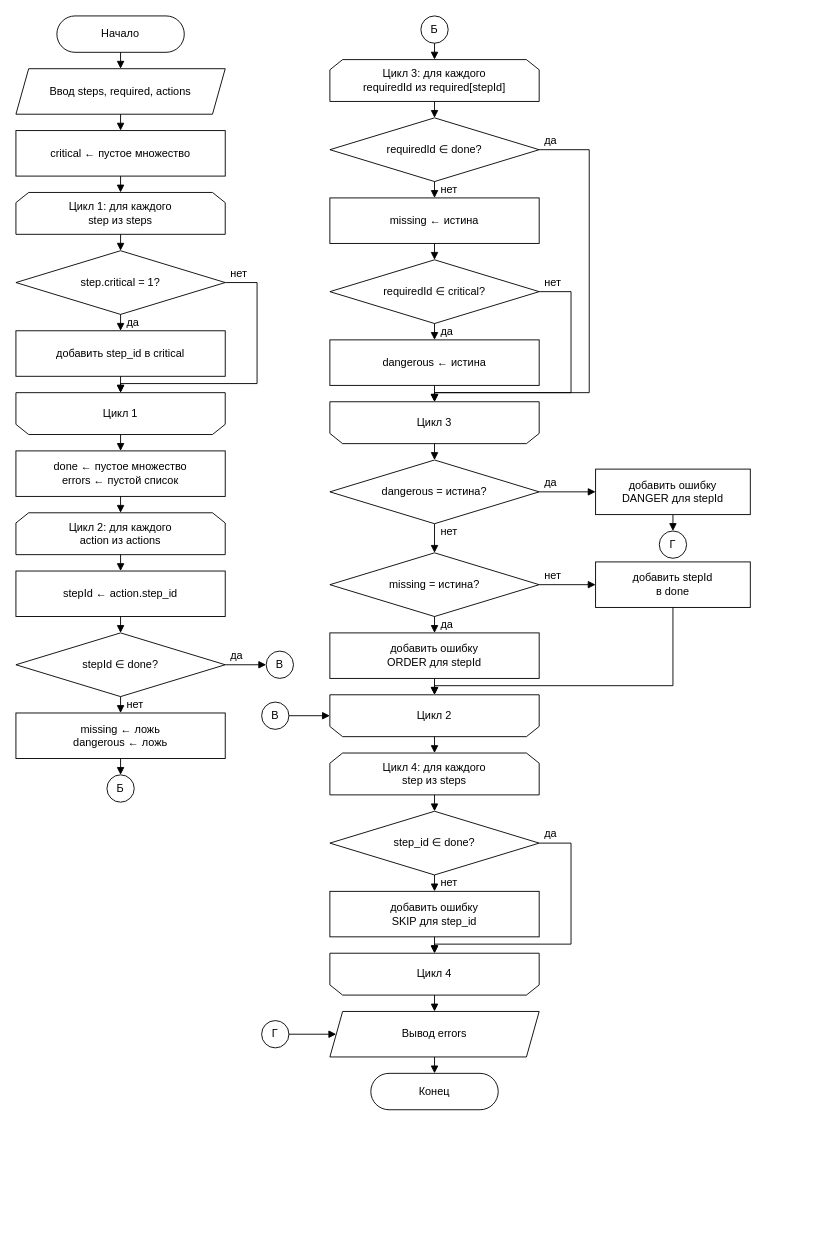
This is models/algo_2.drawio from kotel24/ar-trainer, a draw.io file, before an edit. Source tidied: cells renumbered, new cells numbered last; positions are measured from the earlier drawing's top-left corner, leaving out a move shared by most shapes. Both pictures are drawn from the tidied source at 91%, with x=0, y=0 at pixel (15, 15).
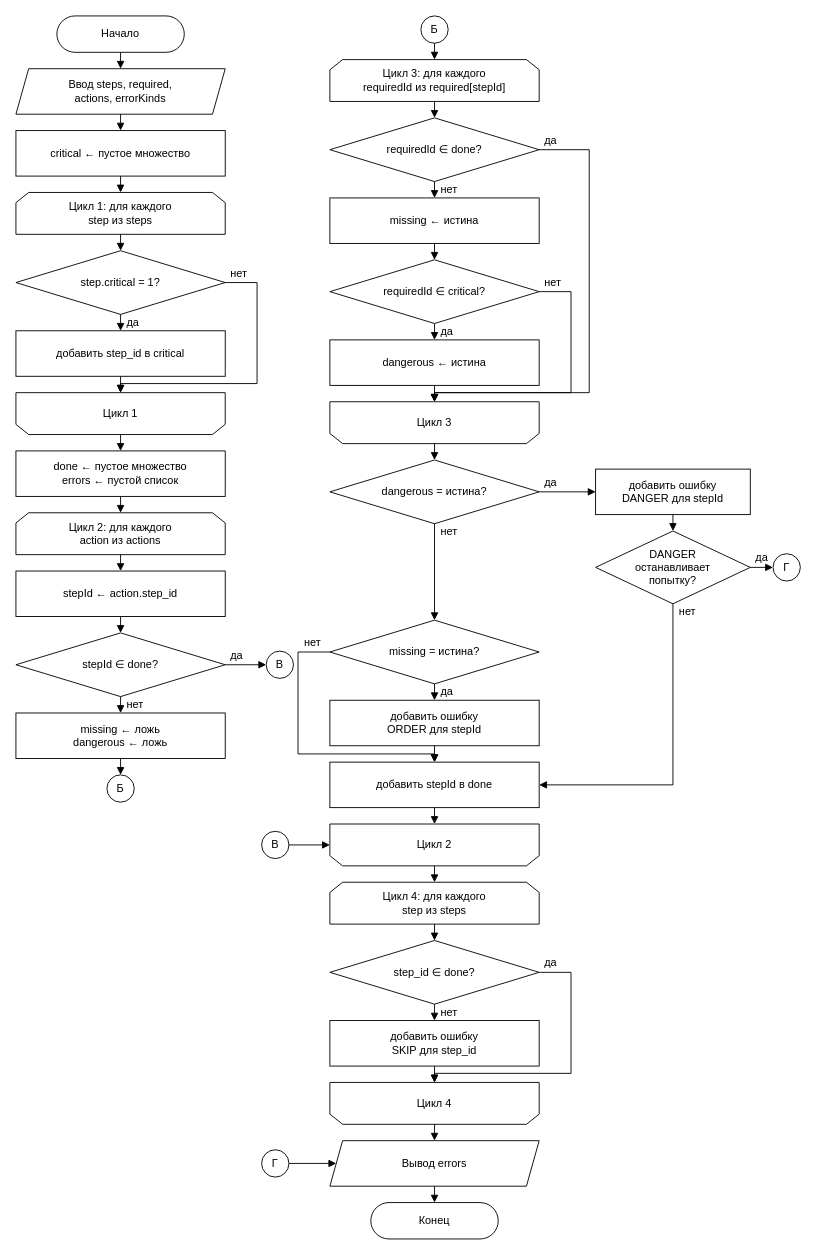
The same diagram, later.

Unchanged cells that the change refers to:
```xml
<mxCell id="23" value="dangerous = истина?" style="rhombus;whiteSpace=wrap;html=1;fillColor=#ffffff;strokeColor=#000000;fontColor=#000000;fontSize=12;fontFamily=Helvetica;" parent="1" vertex="1">
  <mxGeometry x="345" y="488" width="230" height="70" as="geometry" />
</mxCell>
<mxCell id="24" value="добавить ошибку&lt;br&gt;DANGER для stepId" style="rounded=0;whiteSpace=wrap;html=1;fillColor=#ffffff;strokeColor=#000000;fontColor=#000000;fontSize=12;fontFamily=Helvetica;" parent="1" vertex="1">
  <mxGeometry x="637" y="498" width="170" height="50" as="geometry" />
</mxCell>
```

What changed in the source:
```diff
@@
-    <mxCell id="3" value="Ввод steps, required, actions" style="shape=parallelogram;perimeter=parallelogramPerimeter;fixedSize=1;size=14;whiteSpace=wrap;html=1;fillColor=#ffffff;strokeColor=#000000;fontColor=#000000;fontSize=12;fontFamily=Helvetica;" parent="1" vertex="1">
+    <mxCell id="3" value="Ввод steps, required,&lt;br&gt;actions, errorKinds" style="shape=parallelogram;perimeter=parallelogramPerimeter;fixedSize=1;size=14;whiteSpace=wrap;html=1;fillColor=#ffffff;strokeColor=#000000;fontColor=#000000;fontSize=12;fontFamily=Helvetica;" parent="1" vertex="1">
       <mxGeometry y="58" width="230" height="50" as="geometry" />
     </mxCell>
@@
+    <mxCell id="91" value="DANGER&lt;br&gt;останавливает&lt;br&gt;попытку?" style="rhombus;whiteSpace=wrap;html=1;fillColor=#ffffff;strokeColor=#000000;fontColor=#000000;fontSize=12;fontFamily=Helvetica;" parent="1" vertex="1">
+      <mxGeometry x="637" y="566" width="170" height="80" as="geometry" />
+    </mxCell>
     <mxCell id="25" value="Г" style="ellipse;whiteSpace=wrap;html=1;fillColor=#ffffff;strokeColor=#000000;fontColor=#000000;fontSize=12;fontFamily=Helvetica;" parent="1" vertex="1">
-      <mxGeometry x="707" y="566" width="30" height="30" as="geometry" />
+      <mxGeometry x="832" y="591" width="30" height="30" as="geometry" />
     </mxCell>
     <mxCell id="26" value="missing = истина?" style="rhombus;whiteSpace=wrap;html=1;fillColor=#ffffff;strokeColor=#000000;fontColor=#000000;fontSize=12;fontFamily=Helvetica;" parent="1" vertex="1">
-      <mxGeometry x="345" y="590" width="230" height="70" as="geometry" />
+      <mxGeometry x="345" y="664" width="230" height="70" as="geometry" />
     </mxCell>
     <mxCell id="27" value="добавить ошибку&lt;br&gt;ORDER для stepId" style="rounded=0;whiteSpace=wrap;html=1;fillColor=#ffffff;strokeColor=#000000;fontColor=#000000;fontSize=12;fontFamily=Helvetica;" parent="1" vertex="1">
-      <mxGeometry x="345" y="678" width="230" height="50" as="geometry" />
+      <mxGeometry x="345" y="752" width="230" height="50" as="geometry" />
     </mxCell>
+    <mxCell id="35" value="добавить stepId в done" style="rounded=0;whiteSpace=wrap;html=1;fillColor=#ffffff;strokeColor=#000000;fontColor=#000000;fontSize=12;fontFamily=Helvetica;" parent="1" vertex="1">
+      <mxGeometry x="345" y="820" width="230" height="50" as="geometry" />
+    </mxCell>
     <mxCell id="28" value="Цикл 2" style="shape=loopLimit;size=14;flipV=1;whiteSpace=wrap;html=1;fillColor=#ffffff;strokeColor=#000000;fontColor=#000000;fontSize=12;fontFamily=Helvetica;" parent="1" vertex="1">
-      <mxGeometry x="345" y="746" width="230" height="46" as="geometry" />
+      <mxGeometry x="345" y="888" width="230" height="46" as="geometry" />
     </mxCell>
     <mxCell id="29" value="Цикл 4: для каждого&lt;br&gt;step из steps" style="shape=loopLimit;size=14;whiteSpace=wrap;html=1;fillColor=#ffffff;strokeColor=#000000;fontColor=#000000;fontSize=12;fontFamily=Helvetica;" parent="1" vertex="1">
-      <mxGeometry x="345" y="810" width="230" height="46" as="geometry" />
+      <mxGeometry x="345" y="952" width="230" height="46" as="geometry" />
     </mxCell>
     <mxCell id="30" value="step_id ∈ done?" style="rhombus;whiteSpace=wrap;html=1;fillColor=#ffffff;strokeColor=#000000;fontColor=#000000;fontSize=12;fontFamily=Helvetica;" parent="1" vertex="1">
-      <mxGeometry x="345" y="874" width="230" height="70" as="geometry" />
+      <mxGeometry x="345" y="1016" width="230" height="70" as="geometry" />
     </mxCell>
     <mxCell id="31" value="добавить ошибку&lt;br&gt;SKIP для step_id" style="rounded=0;whiteSpace=wrap;html=1;fillColor=#ffffff;strokeColor=#000000;fontColor=#000000;fontSize=12;fontFamily=Helvetica;" parent="1" vertex="1">
-      <mxGeometry x="345" y="962" width="230" height="50" as="geometry" />
+      <mxGeometry x="345" y="1104" width="230" height="50" as="geometry" />
     </mxCell>
     <mxCell id="32" value="Цикл 4" style="shape=loopLimit;size=14;flipV=1;whiteSpace=wrap;html=1;fillColor=#ffffff;strokeColor=#000000;fontColor=#000000;fontSize=12;fontFamily=Helvetica;" parent="1" vertex="1">
-      <mxGeometry x="345" y="1030" width="230" height="46" as="geometry" />
+      <mxGeometry x="345" y="1172" width="230" height="46" as="geometry" />
     </mxCell>
     <mxCell id="33" value="Вывод errors" style="shape=parallelogram;perimeter=parallelogramPerimeter;fixedSize=1;size=14;whiteSpace=wrap;html=1;fillColor=#ffffff;strokeColor=#000000;fontColor=#000000;fontSize=12;fontFamily=Helvetica;" parent="1" vertex="1">
-      <mxGeometry x="345" y="1094" width="230" height="50" as="geometry" />
+      <mxGeometry x="345" y="1236" width="230" height="50" as="geometry" />
     </mxCell>
     <mxCell id="34" value="Конец" style="rounded=1;arcSize=50;whiteSpace=wrap;html=1;fillColor=#ffffff;strokeColor=#000000;fontColor=#000000;fontSize=12;fontFamily=Helvetica;" parent="1" vertex="1">
-      <mxGeometry x="390" y="1162" width="140" height="40" as="geometry" />
+      <mxGeometry x="390" y="1304" width="140" height="40" as="geometry" />
     </mxCell>
-    <mxCell id="35" value="добавить stepId&lt;br&gt;в done" style="rounded=0;whiteSpace=wrap;html=1;fillColor=#ffffff;strokeColor=#000000;fontColor=#000000;fontSize=12;fontFamily=Helvetica;" parent="1" vertex="1">
-      <mxGeometry x="637" y="600" width="170" height="50" as="geometry" />
-    </mxCell>
     <mxCell id="36" value="В" style="ellipse;whiteSpace=wrap;html=1;fillColor=#ffffff;strokeColor=#000000;fontColor=#000000;fontSize=12;fontFamily=Helvetica;" parent="1" vertex="1">
-      <mxGeometry x="270" y="754" width="30" height="30" as="geometry" />
+      <mxGeometry x="270" y="896" width="30" height="30" as="geometry" />
     </mxCell>
     <mxCell id="37" value="Г" style="ellipse;whiteSpace=wrap;html=1;fillColor=#ffffff;strokeColor=#000000;fontColor=#000000;fontSize=12;fontFamily=Helvetica;" parent="1" vertex="1">
-      <mxGeometry x="270" y="1104" width="30" height="30" as="geometry" />
+      <mxGeometry x="270" y="1246" width="30" height="30" as="geometry" />
     </mxCell>
@@
-    <mxCell id="71" style="edgeStyle=none;html=1;rounded=0;strokeColor=#000000;endArrow=block;endFill=1;endSize=6;exitX=0.5000;exitY=1.0000;exitDx=0;exitDy=0;entryX=0.5000;entryY=0.0000;entryDx=0;entryDy=0;exitPerimeter=0;entryPerimeter=0;" parent="1" edge="1" source="24" target="25">
+    <mxCell id="71" style="edgeStyle=none;html=1;rounded=0;strokeColor=#000000;endArrow=block;endFill=1;endSize=6;exitX=0.5000;exitY=1.0000;exitDx=0;exitDy=0;entryX=0.5000;entryY=0.0000;entryDx=0;entryDy=0;exitPerimeter=0;entryPerimeter=0;" parent="1" edge="1" source="24" target="91">
       <mxGeometry relative="1" as="geometry" />
     </mxCell>
-    <mxCell id="72" style="edgeStyle=none;html=1;rounded=0;strokeColor=#000000;endArrow=block;endFill=1;endSize=6;exitX=0.5000;exitY=1.0000;exitDx=0;exitDy=0;entryX=0.5000;entryY=0.0000;entryDx=0;entryDy=0;exitPerimeter=0;entryPerimeter=0;" parent="1" edge="1" source="23" target="26">
+    <mxCell id="72" style="edgeStyle=none;html=1;rounded=0;strokeColor=#000000;endArrow=block;endFill=1;endSize=6;exitX=1.0000;exitY=0.5000;exitDx=0;exitDy=0;entryX=0.0000;entryY=0.5000;entryDx=0;entryDy=0;exitPerimeter=0;entryPerimeter=0;" parent="1" edge="1" source="91" target="25">
       <mxGeometry relative="1" as="geometry" />
     </mxCell>
-    <mxCell id="73" value="нет" style="text;html=1;align=left;verticalAlign=middle;fontSize=12;fontColor=#000000;" parent="1" vertex="1">
-      <mxGeometry x="465" y="558" width="40" height="18" as="geometry" />
+    <mxCell id="73" value="да" style="text;html=1;align=left;verticalAlign=middle;fontSize=12;fontColor=#000000;" parent="1" vertex="1">
+      <mxGeometry x="811" y="587" width="40" height="18" as="geometry" />
     </mxCell>
-    <mxCell id="74" style="edgeStyle=none;html=1;rounded=0;strokeColor=#000000;endArrow=block;endFill=1;endSize=6;exitX=0.5000;exitY=1.0000;exitDx=0;exitDy=0;entryX=0.5000;entryY=0.0000;entryDx=0;entryDy=0;exitPerimeter=0;entryPerimeter=0;" parent="1" edge="1" source="26" target="27">
+    <mxCell id="74" style="edgeStyle=none;html=1;rounded=0;strokeColor=#000000;endArrow=block;endFill=1;endSize=6;exitX=0.5000;exitY=1.0000;exitDx=0;exitDy=0;entryX=0.5000;entryY=0.0000;entryDx=0;entryDy=0;exitPerimeter=0;entryPerimeter=0;" parent="1" edge="1" source="23" target="26">
       <mxGeometry relative="1" as="geometry" />
     </mxCell>
-    <mxCell id="75" value="да" style="text;html=1;align=left;verticalAlign=middle;fontSize=12;fontColor=#000000;" parent="1" vertex="1">
-      <mxGeometry x="465" y="660" width="40" height="18" as="geometry" />
+    <mxCell id="75" value="нет" style="text;html=1;align=left;verticalAlign=middle;fontSize=12;fontColor=#000000;" parent="1" vertex="1">
+      <mxGeometry x="465" y="558" width="40" height="18" as="geometry" />
     </mxCell>
-    <mxCell id="76" style="edgeStyle=none;html=1;rounded=0;strokeColor=#000000;endArrow=block;endFill=1;endSize=6;exitX=0.5000;exitY=1.0000;exitDx=0;exitDy=0;entryX=0.5000;entryY=1.0000;entryDx=0;entryDy=0;exitPerimeter=0;entryPerimeter=0;" parent="1" edge="1" source="27" target="28">
+    <mxCell id="76" style="edgeStyle=none;html=1;rounded=0;strokeColor=#000000;endArrow=block;endFill=1;endSize=6;exitX=0.5000;exitY=1.0000;exitDx=0;exitDy=0;entryX=0.5000;entryY=0.0000;entryDx=0;entryDy=0;exitPerimeter=0;entryPerimeter=0;" parent="1" edge="1" source="26" target="27">
       <mxGeometry relative="1" as="geometry" />
     </mxCell>
-    <mxCell id="77" style="edgeStyle=none;html=1;rounded=0;strokeColor=#000000;endArrow=block;endFill=1;endSize=6;exitX=1.0000;exitY=0.5000;exitDx=0;exitDy=0;entryX=0.0000;entryY=0.5000;entryDx=0;entryDy=0;exitPerimeter=0;entryPerimeter=0;" parent="1" edge="1" source="26" target="35">
-      <mxGeometry relative="1" as="geometry" />
-    </mxCell>
-    <mxCell id="78" value="нет" style="text;html=1;align=left;verticalAlign=middle;fontSize=12;fontColor=#000000;" parent="1" vertex="1">
-      <mxGeometry x="579" y="606" width="40" height="18" as="geometry" />
-    </mxCell>
+    <mxCell id="92" value="да" style="text;html=1;align=left;verticalAlign=middle;fontSize=12;fontColor=#000000;" parent="1" vertex="1">
+      <mxGeometry x="465" y="734" width="40" height="18" as="geometry" />
+    </mxCell>
+    <mxCell id="93" style="edgeStyle=none;html=1;rounded=0;strokeColor=#000000;endArrow=block;endFill=1;endSize=6;exitX=0.5000;exitY=1.0000;exitDx=0;exitDy=0;entryX=0.5000;entryY=0.0000;entryDx=0;entryDy=0;exitPerimeter=0;entryPerimeter=0;" parent="1" edge="1" source="27" target="35">
+      <mxGeometry relative="1" as="geometry" />
+    </mxCell>
     <mxCell id="79" style="edgeStyle=none;html=1;rounded=0;strokeColor=#000000;endArrow=block;endFill=1;endSize=6;exitX=0.5000;exitY=1.0000;exitDx=0;exitDy=0;entryX=0.5000;entryY=1.0000;entryDx=0;entryDy=0;exitPerimeter=0;entryPerimeter=0;" parent="1" edge="1" source="35" target="28">
-      <mxGeometry relative="1" as="geometry">
-        <Array as="points">
-          <mxPoint x="722" y="736" />
-          <mxPoint x="460" y="736" />
-        </Array>
-      </mxGeometry>
+      <mxGeometry relative="1" as="geometry" />
     </mxCell>
-    <mxCell id="80" style="edgeStyle=none;html=1;rounded=0;strokeColor=#000000;endArrow=block;endFill=1;endSize=6;exitX=1.0000;exitY=0.5000;exitDx=0;exitDy=0;entryX=0.0000;entryY=0.5000;entryDx=0;entryDy=0;exitPerimeter=0;entryPerimeter=0;" parent="1" edge="1" source="36" target="28">
-      <mxGeometry relative="1" as="geometry" />
+    <mxCell id="80" style="edgeStyle=none;html=1;rounded=0;strokeColor=#000000;endArrow=block;endFill=1;endSize=6;exitX=0.0000;exitY=0.5000;exitDx=0;exitDy=0;entryX=0.5000;entryY=0.0000;entryDx=0;entryDy=0;exitPerimeter=0;entryPerimeter=0;" parent="1" edge="1" source="26" target="35">
+      <mxGeometry relative="1" as="geometry">
+        <Array as="points">
+          <mxPoint x="310" y="699" />
+          <mxPoint x="310" y="811" />
+          <mxPoint x="460" y="811" />
+        </Array>
+      </mxGeometry>
     </mxCell>
-    <mxCell id="81" style="edgeStyle=none;html=1;rounded=0;strokeColor=#000000;endArrow=block;endFill=1;endSize=6;exitX=0.5000;exitY=0.0000;exitDx=0;exitDy=0;entryX=0.5000;entryY=0.0000;entryDx=0;entryDy=0;exitPerimeter=0;entryPerimeter=0;" parent="1" edge="1" source="28" target="29">
-      <mxGeometry relative="1" as="geometry" />
-    </mxCell>
+    <mxCell id="94" value="нет" style="text;html=1;align=left;verticalAlign=middle;fontSize=12;fontColor=#000000;" parent="1" vertex="1">
+      <mxGeometry x="315" y="680" width="40" height="18" as="geometry" />
+    </mxCell>
-    <mxCell id="82" style="edgeStyle=none;html=1;rounded=0;strokeColor=#000000;endArrow=block;endFill=1;endSize=6;exitX=0.5000;exitY=1.0000;exitDx=0;exitDy=0;entryX=0.5000;entryY=0.0000;entryDx=0;entryDy=0;exitPerimeter=0;entryPerimeter=0;" parent="1" edge="1" source="29" target="30">
-      <mxGeometry relative="1" as="geometry" />
+    <mxCell id="82" style="edgeStyle=none;html=1;rounded=0;strokeColor=#000000;endArrow=block;endFill=1;endSize=6;exitX=0.5000;exitY=1.0000;exitDx=0;exitDy=0;entryX=1.0000;entryY=0.5000;entryDx=0;entryDy=0;exitPerimeter=0;entryPerimeter=0;" parent="1" edge="1" source="91" target="35">
+      <mxGeometry relative="1" as="geometry">
+        <Array as="points">
+          <mxPoint x="722" y="845" />
+        </Array>
+      </mxGeometry>
     </mxCell>
-    <mxCell id="83" style="edgeStyle=none;html=1;rounded=0;strokeColor=#000000;endArrow=block;endFill=1;endSize=6;exitX=0.5000;exitY=1.0000;exitDx=0;exitDy=0;entryX=0.5000;entryY=1.0000;entryDx=0;entryDy=0;exitPerimeter=0;entryPerimeter=0;" parent="1" edge="1" source="31" target="32">
-      <mxGeometry relative="1" as="geometry" />
-    </mxCell>
+    <mxCell id="95" value="нет" style="text;html=1;align=left;verticalAlign=middle;fontSize=12;fontColor=#000000;" parent="1" vertex="1">
+      <mxGeometry x="727" y="646" width="40" height="18" as="geometry" />
+    </mxCell>
-    <mxCell id="84" style="edgeStyle=none;html=1;rounded=0;strokeColor=#000000;endArrow=block;endFill=1;endSize=6;exitX=0.5000;exitY=0.0000;exitDx=0;exitDy=0;entryX=0.5000;entryY=0.0000;entryDx=0;entryDy=0;exitPerimeter=0;entryPerimeter=0;" parent="1" edge="1" source="32" target="33">
+    <mxCell id="84" style="edgeStyle=none;html=1;rounded=0;strokeColor=#000000;endArrow=block;endFill=1;endSize=6;exitX=1.0000;exitY=0.5000;exitDx=0;exitDy=0;entryX=0.0000;entryY=0.5000;entryDx=0;entryDy=0;exitPerimeter=0;entryPerimeter=0;" parent="1" edge="1" source="36" target="28">
       <mxGeometry relative="1" as="geometry" />
     </mxCell>
-    <mxCell id="85" style="edgeStyle=none;html=1;rounded=0;strokeColor=#000000;endArrow=block;endFill=1;endSize=6;exitX=0.5000;exitY=1.0000;exitDx=0;exitDy=0;entryX=0.5000;entryY=0.0000;entryDx=0;entryDy=0;exitPerimeter=0;entryPerimeter=0;" parent="1" edge="1" source="33" target="34">
+    <mxCell id="85" style="edgeStyle=none;html=1;rounded=0;strokeColor=#000000;endArrow=block;endFill=1;endSize=6;exitX=0.5000;exitY=0.0000;exitDx=0;exitDy=0;entryX=0.5000;entryY=0.0000;entryDx=0;entryDy=0;exitPerimeter=0;entryPerimeter=0;" parent="1" edge="1" source="28" target="29">
       <mxGeometry relative="1" as="geometry" />
     </mxCell>
-    <mxCell id="86" style="edgeStyle=none;html=1;rounded=0;strokeColor=#000000;endArrow=block;endFill=1;endSize=6;exitX=0.5000;exitY=1.0000;exitDx=0;exitDy=0;entryX=0.5000;entryY=0.0000;entryDx=0;entryDy=0;exitPerimeter=0;entryPerimeter=0;" parent="1" edge="1" source="30" target="31">
+    <mxCell id="86" style="edgeStyle=none;html=1;rounded=0;strokeColor=#000000;endArrow=block;endFill=1;endSize=6;exitX=0.5000;exitY=1.0000;exitDx=0;exitDy=0;entryX=0.5000;entryY=0.0000;entryDx=0;entryDy=0;exitPerimeter=0;entryPerimeter=0;" parent="1" edge="1" source="29" target="30">
       <mxGeometry relative="1" as="geometry" />
     </mxCell>
-    <mxCell id="87" value="нет" style="text;html=1;align=left;verticalAlign=middle;fontSize=12;fontColor=#000000;" parent="1" vertex="1">
-      <mxGeometry x="465" y="944" width="40" height="18" as="geometry" />
-    </mxCell>
+    <mxCell id="83" style="edgeStyle=none;html=1;rounded=0;strokeColor=#000000;endArrow=block;endFill=1;endSize=6;exitX=0.5000;exitY=1.0000;exitDx=0;exitDy=0;entryX=0.5000;entryY=1.0000;entryDx=0;entryDy=0;exitPerimeter=0;entryPerimeter=0;" parent="1" edge="1" source="31" target="32">
+      <mxGeometry relative="1" as="geometry" />
+    </mxCell>
-    <mxCell id="88" style="edgeStyle=none;html=1;rounded=0;strokeColor=#000000;endArrow=block;endFill=1;endSize=6;exitX=1.0000;exitY=0.5000;exitDx=0;exitDy=0;entryX=0.5000;entryY=1.0000;entryDx=0;entryDy=0;exitPerimeter=0;entryPerimeter=0;" parent="1" edge="1" source="30" target="32">
-      <mxGeometry relative="1" as="geometry">
-        <Array as="points">
-          <mxPoint x="610" y="909" />
-          <mxPoint x="610" y="1020" />
-          <mxPoint x="460" y="1020" />
-        </Array>
-      </mxGeometry>
+    <mxCell id="88" style="edgeStyle=none;html=1;rounded=0;strokeColor=#000000;endArrow=block;endFill=1;endSize=6;exitX=0.5000;exitY=0.0000;exitDx=0;exitDy=0;entryX=0.5000;entryY=0.0000;entryDx=0;entryDy=0;exitPerimeter=0;entryPerimeter=0;" parent="1" edge="1" source="32" target="33">
+      <mxGeometry relative="1" as="geometry" />
     </mxCell>
-    <mxCell id="89" value="да" style="text;html=1;align=left;verticalAlign=middle;fontSize=12;fontColor=#000000;" parent="1" vertex="1">
-      <mxGeometry x="579" y="890" width="40" height="18" as="geometry" />
-    </mxCell>
+    <mxCell id="96" style="edgeStyle=none;html=1;rounded=0;strokeColor=#000000;endArrow=block;endFill=1;endSize=6;exitX=0.5000;exitY=1.0000;exitDx=0;exitDy=0;entryX=0.5000;entryY=0.0000;entryDx=0;entryDy=0;exitPerimeter=0;entryPerimeter=0;" parent="1" edge="1" source="33" target="34">
+      <mxGeometry relative="1" as="geometry" />
+    </mxCell>
-    <mxCell id="90" style="edgeStyle=none;html=1;rounded=0;strokeColor=#000000;endArrow=block;endFill=1;endSize=6;exitX=1.0000;exitY=0.5000;exitDx=0;exitDy=0;entryX=0.0304;entryY=0.5000;entryDx=0;entryDy=0;exitPerimeter=0;entryPerimeter=0;" parent="1" edge="1" source="37" target="33">
+    <mxCell id="90" style="edgeStyle=none;html=1;rounded=0;strokeColor=#000000;endArrow=block;endFill=1;endSize=6;exitX=0.5000;exitY=1.0000;exitDx=0;exitDy=0;entryX=0.5000;entryY=0.0000;entryDx=0;entryDy=0;exitPerimeter=0;entryPerimeter=0;" parent="1" edge="1" source="30" target="31">
       <mxGeometry relative="1" as="geometry" />
     </mxCell>
+    <mxCell id="97" value="нет" style="text;html=1;align=left;verticalAlign=middle;fontSize=12;fontColor=#000000;" parent="1" vertex="1">
+      <mxGeometry x="465" y="1086" width="40" height="18" as="geometry" />
+    </mxCell>
+    <mxCell id="98" style="edgeStyle=none;html=1;rounded=0;strokeColor=#000000;endArrow=block;endFill=1;endSize=6;exitX=1.0000;exitY=0.5000;exitDx=0;exitDy=0;entryX=0.5000;entryY=1.0000;entryDx=0;entryDy=0;exitPerimeter=0;entryPerimeter=0;" parent="1" edge="1" source="30" target="32">
+      <mxGeometry relative="1" as="geometry">
+        <Array as="points">
+          <mxPoint x="610" y="1051" />
+          <mxPoint x="610" y="1162" />
+          <mxPoint x="460" y="1162" />
+        </Array>
+      </mxGeometry>
+    </mxCell>
+    <mxCell id="99" value="да" style="text;html=1;align=left;verticalAlign=middle;fontSize=12;fontColor=#000000;" parent="1" vertex="1">
+      <mxGeometry x="579" y="1032" width="40" height="18" as="geometry" />
+    </mxCell>
+    <mxCell id="100" style="edgeStyle=none;html=1;rounded=0;strokeColor=#000000;endArrow=block;endFill=1;endSize=6;exitX=1.0000;exitY=0.5000;exitDx=0;exitDy=0;entryX=0.0304;entryY=0.5000;entryDx=0;entryDy=0;exitPerimeter=0;entryPerimeter=0;" parent="1" edge="1" source="37" target="33">
+      <mxGeometry relative="1" as="geometry" />
+    </mxCell>
```
